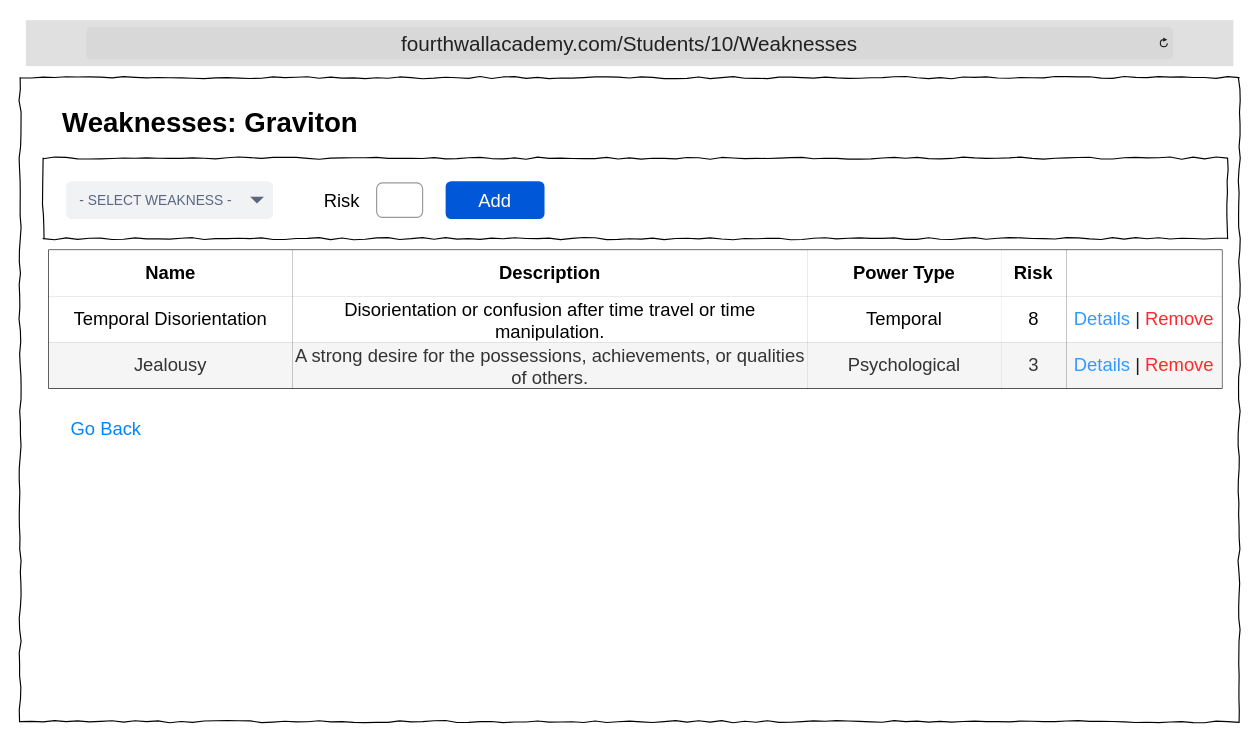
This is DesignDocument/Wireframes/4thWallAcademy_Students_Weaknesses.drawio from TRed91/4thWallAcademy, a draw.io file, before an edit. Source tidied: cells renumbered, new cells numbered last; positions are measured from the earlier drawing's top-left corner, leaving out a move shared by most shapes. Both pictures are drawn from the tidied source at 115%, with x=0, y=0 at pixel (20, 20).
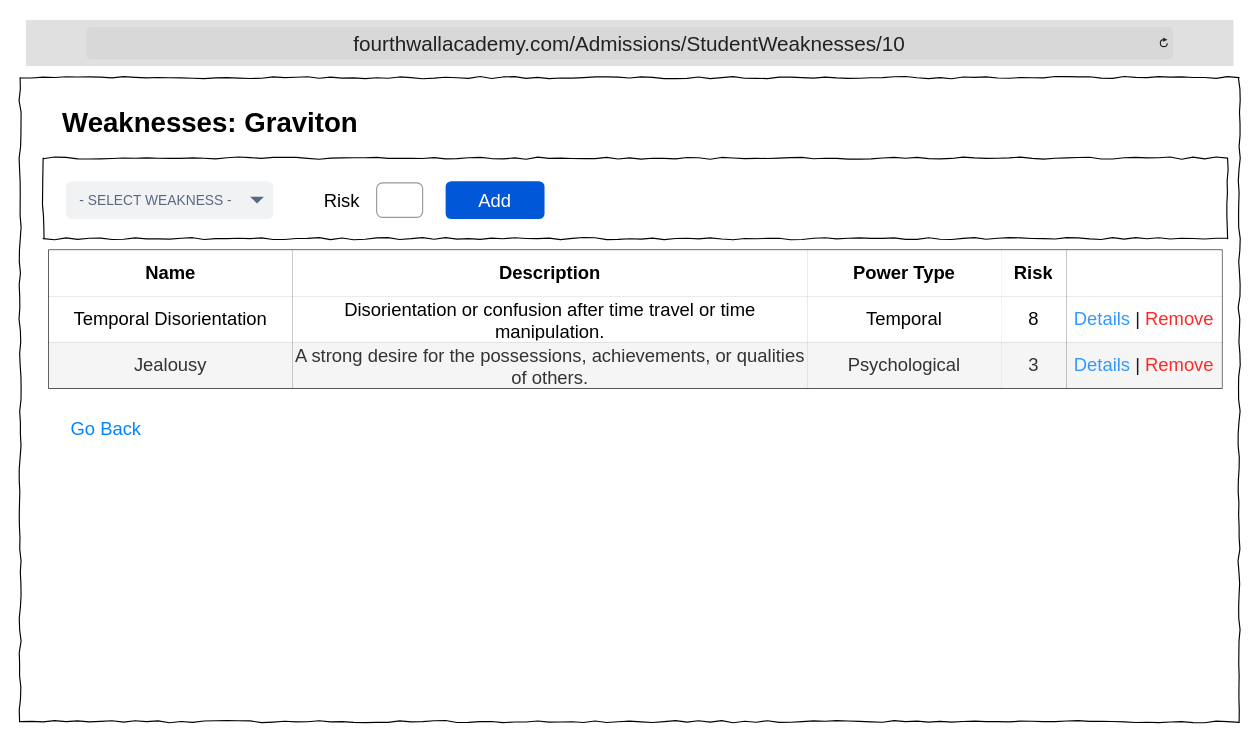
After the change.

Diff of the diagram source:
```diff
@@
-    <mxCell id="4" value="&lt;font style=&quot;font-size: 18px;&quot;&gt;fourthwallacademy.com/Students/10/Weaknesses&lt;/font&gt;" style="html=1;strokeWidth=1;shadow=0;dashed=0;shape=mxgraph.ios7ui.url;fillColor=#e0e0e0;strokeColor=#c0c0c0;buttonText=;strokeColor2=#222222;fontColor=#222222;fontSize=8;spacingTop=2;align=center;whiteSpace=wrap;" parent="1" vertex="1">
+    <mxCell id="4" value="&lt;font style=&quot;font-size: 18px;&quot;&gt;fourthwallacademy.com/Admissions/StudentWeaknesses/10&lt;/font&gt;" style="html=1;strokeWidth=1;shadow=0;dashed=0;shape=mxgraph.ios7ui.url;fillColor=#e0e0e0;strokeColor=#c0c0c0;buttonText=;strokeColor2=#222222;fontColor=#222222;fontSize=8;spacingTop=2;align=center;whiteSpace=wrap;" parent="1" vertex="1">
       <mxGeometry x="5" width="1050" height="40" as="geometry" />
     </mxCell>
```
